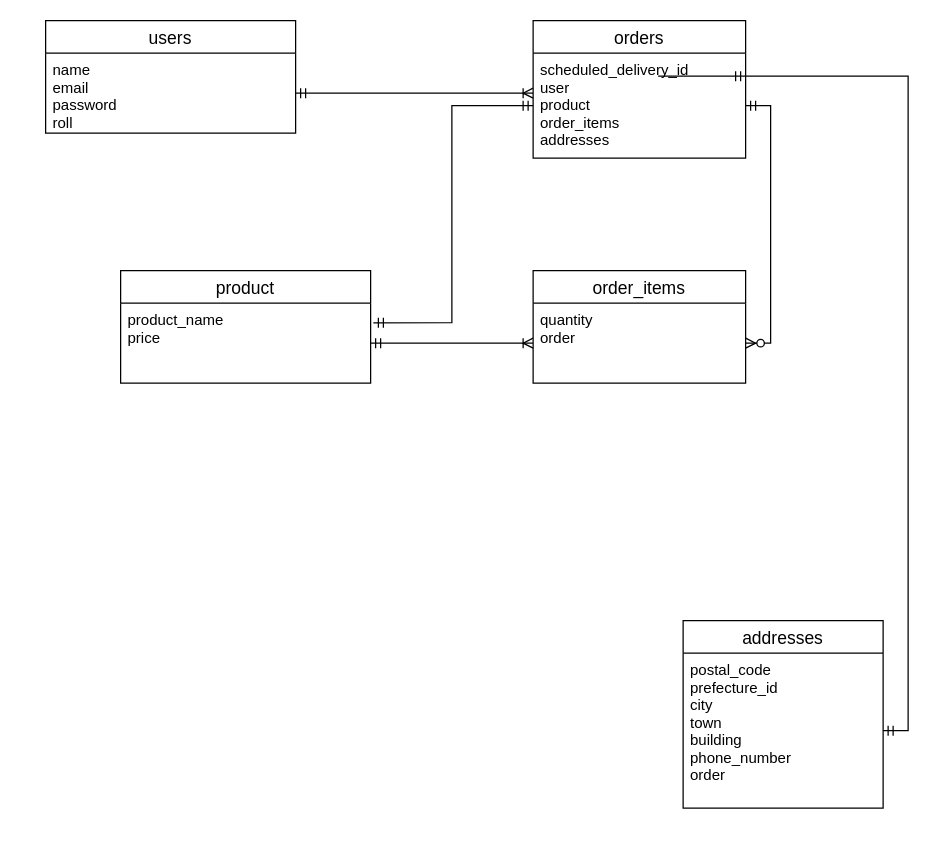
This is test.dio from kodairafumikazu/tomori_app, a draw.io file, before an edit. Source tidied: cells renumbered, new cells numbered last; positions are measured from the earlier drawing's top-left corner, leaving out a move shared by most shapes. Both pictures are drawn from the tidied source at 125%, with x=0, y=0 at pixel (45, 20).
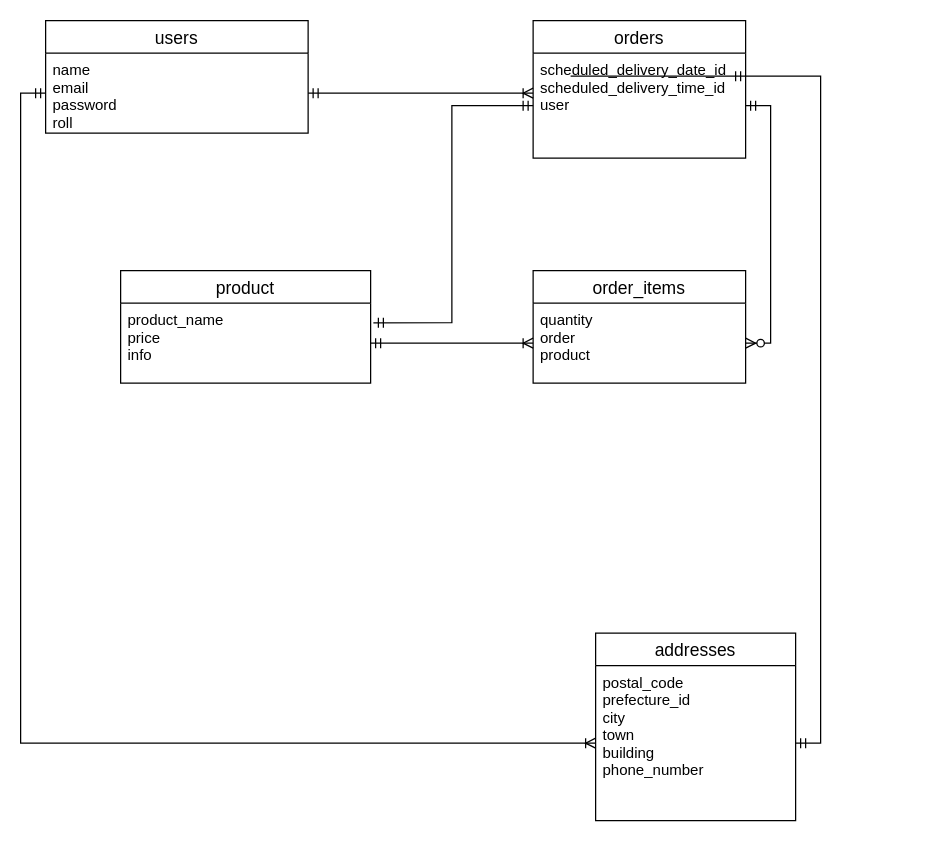
Above is the later version.

What changed in the source:
```diff
@@
 <mxGraphModel>
   <root>
     <mxCell id="0" />
     <mxCell id="1" parent="0" />
     <mxCell id="2" value="users" style="swimlane;fontStyle=0;horizontal=1;startSize=26;align=center;fontSize=14;" parent="1" vertex="1">
-      <mxGeometry width="200" height="90" as="geometry" />
+      <mxGeometry width="210" height="90" as="geometry" />
     </mxCell>
     <mxCell id="3" value="name&#10;email&#10;password&#10;roll&#10;" style="text;strokeColor=none;fillColor=none;spacingLeft=4;spacingRight=4;overflow=hidden;points=[[0,0.5],[1,0.5]];portConstraint=eastwest;fontSize=12;" parent="2" vertex="1">
-      <mxGeometry y="26" width="200" height="64" as="geometry" />
+      <mxGeometry y="26" width="210" height="64" as="geometry" />
     </mxCell>
     <mxCell id="4" value="orders" style="swimlane;fontStyle=0;horizontal=1;startSize=26;align=center;fontSize=14;" parent="1" vertex="1">
       <mxGeometry x="390" width="170" height="110" as="geometry" />
     </mxCell>
-    <mxCell id="5" value="scheduled_delivery_id&#10;user&#10;product&#10;order_items&#10;addresses&#10;" style="text;strokeColor=none;fillColor=none;spacingLeft=4;spacingRight=4;overflow=hidden;points=[[0,0.5],[1,0.5]];portConstraint=eastwest;fontSize=12;" parent="4" vertex="1">
+    <mxCell id="5" value="scheduled_delivery_date_id&#10;scheduled_delivery_time_id&#10;user&#10;" style="text;strokeColor=none;fillColor=none;spacingLeft=4;spacingRight=4;overflow=hidden;points=[[0,0.5],[1,0.5]];portConstraint=eastwest;fontSize=12;" parent="4" vertex="1">
       <mxGeometry y="26" width="170" height="84" as="geometry" />
     </mxCell>
     <mxCell id="6" value="addresses" style="swimlane;fontStyle=0;horizontal=1;startSize=26;align=center;fontSize=14;" parent="1" vertex="1">
-      <mxGeometry x="510" y="480" width="160" height="150" as="geometry" />
+      <mxGeometry x="440" y="490" width="160" height="150" as="geometry" />
     </mxCell>
-    <mxCell id="7" value="postal_code&#10;prefecture_id&#10;city&#10;town&#10;building&#10;phone_number&#10;order&#10;" style="text;strokeColor=none;fillColor=none;spacingLeft=4;spacingRight=4;overflow=hidden;points=[[0,0.5],[1,0.5]];portConstraint=eastwest;fontSize=12;" parent="6" vertex="1">
+    <mxCell id="7" value="postal_code&#10;prefecture_id&#10;city&#10;town&#10;building&#10;phone_number&#10;" style="text;strokeColor=none;fillColor=none;spacingLeft=4;spacingRight=4;overflow=hidden;points=[[0,0.5],[1,0.5]];portConstraint=eastwest;fontSize=12;" parent="6" vertex="1">
       <mxGeometry y="26" width="160" height="124" as="geometry" />
     </mxCell>
     <mxCell id="8" value="product" style="swimlane;fontStyle=0;horizontal=1;startSize=26;align=center;fontSize=14;" parent="1" vertex="1">
       <mxGeometry x="60" y="200" width="200" height="90" as="geometry" />
     </mxCell>
-    <mxCell id="9" value="product_name&#10;price&#10;" style="text;strokeColor=none;fillColor=none;spacingLeft=4;spacingRight=4;overflow=hidden;points=[[0,0.5],[1,0.5]];portConstraint=eastwest;fontSize=12;" parent="8" vertex="1">
+    <mxCell id="9" value="product_name&#10;price&#10;info&#10;" style="text;strokeColor=none;fillColor=none;spacingLeft=4;spacingRight=4;overflow=hidden;points=[[0,0.5],[1,0.5]];portConstraint=eastwest;fontSize=12;" parent="8" vertex="1">
       <mxGeometry y="26" width="200" height="64" as="geometry" />
     </mxCell>
     <mxCell id="10" value="order_items" style="swimlane;fontStyle=0;horizontal=1;startSize=26;align=center;fontSize=14;" parent="1" vertex="1">
       <mxGeometry x="390" y="200" width="170" height="90" as="geometry" />
     </mxCell>
-    <mxCell id="11" value="quantity&#10;order" style="text;strokeColor=none;fillColor=none;spacingLeft=4;spacingRight=4;overflow=hidden;points=[[0,0.5],[1,0.5]];portConstraint=eastwest;fontSize=12;" parent="10" vertex="1">
+    <mxCell id="11" value="quantity&#10;order&#10;product" style="text;strokeColor=none;fillColor=none;spacingLeft=4;spacingRight=4;overflow=hidden;points=[[0,0.5],[1,0.5]];portConstraint=eastwest;fontSize=12;" parent="10" vertex="1">
       <mxGeometry y="26" width="170" height="64" as="geometry" />
     </mxCell>
     <mxCell id="12" style="edgeStyle=orthogonalEdgeStyle;rounded=0;jettySize=auto;html=1;exitX=1;exitY=0.5;exitDx=0;exitDy=0;startArrow=ERmandOne;startFill=0;endArrow=ERzeroToMany;endFill=1;" parent="1" edge="1" source="5" target="11">
       <mxGeometry relative="1" as="geometry" />
     </mxCell>
     <mxCell id="13" style="edgeStyle=orthogonalEdgeStyle;rounded=0;jettySize=auto;html=1;exitX=1;exitY=0.5;exitDx=0;exitDy=0;entryX=1;entryY=0.219;entryDx=0;entryDy=0;entryPerimeter=0;startArrow=ERmandOne;startFill=0;endArrow=ERmandOne;endFill=0;" parent="1" edge="1" source="7" target="5">
       <mxGeometry relative="1" as="geometry" />
     </mxCell>
     <mxCell id="14" style="edgeStyle=orthogonalEdgeStyle;rounded=0;jettySize=auto;html=1;exitX=0;exitY=0.5;exitDx=0;exitDy=0;entryX=1.011;entryY=0.246;entryDx=0;entryDy=0;entryPerimeter=0;startArrow=ERmandOne;startFill=0;endArrow=ERmandOne;endFill=0;" parent="1" edge="1" source="5" target="9">
       <mxGeometry relative="1" as="geometry" />
     </mxCell>
     <mxCell id="15" style="edgeStyle=orthogonalEdgeStyle;rounded=0;jettySize=auto;html=1;exitX=1;exitY=0.5;exitDx=0;exitDy=0;entryX=0;entryY=0.5;entryDx=0;entryDy=0;startArrow=ERmandOne;startFill=0;endArrow=ERoneToMany;endFill=0;" parent="1" edge="1" source="9" target="11">
       <mxGeometry relative="1" as="geometry" />
     </mxCell>
     <mxCell id="16" style="edgeStyle=orthogonalEdgeStyle;rounded=0;jettySize=auto;html=1;exitX=1;exitY=0.5;exitDx=0;exitDy=0;entryX=0;entryY=0.381;entryDx=0;entryDy=0;entryPerimeter=0;startArrow=ERmandOne;startFill=0;endArrow=ERoneToMany;endFill=0;" parent="1" edge="1" source="3" target="5">
       <mxGeometry relative="1" as="geometry" />
     </mxCell>
+    <mxCell id="17" style="edgeStyle=orthogonalEdgeStyle;rounded=0;jettySize=auto;html=1;exitX=0;exitY=0.5;exitDx=0;exitDy=0;entryX=0;entryY=0.5;entryDx=0;entryDy=0;startArrow=ERmandOne;startFill=0;endArrow=ERoneToMany;endFill=0;" parent="1" edge="1" source="3" target="7">
+      <mxGeometry relative="1" as="geometry" />
+    </mxCell>
   </root>
 </mxGraphModel>
```
